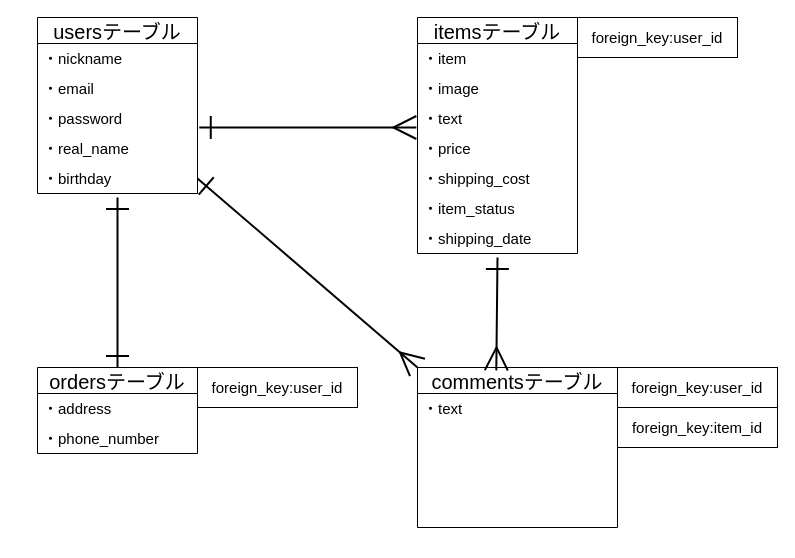
Before: furima.dio in suzuka1621/furima-38672, a draw.io diagram. Source tidied: cells renumbered, new cells numbered last; positions are measured from the earlier drawing's top-left corner, leaving out a move shared by most shapes. Both pictures are drawn from the tidied source at 100%, with x=0, y=0 at pixel (37, 17).
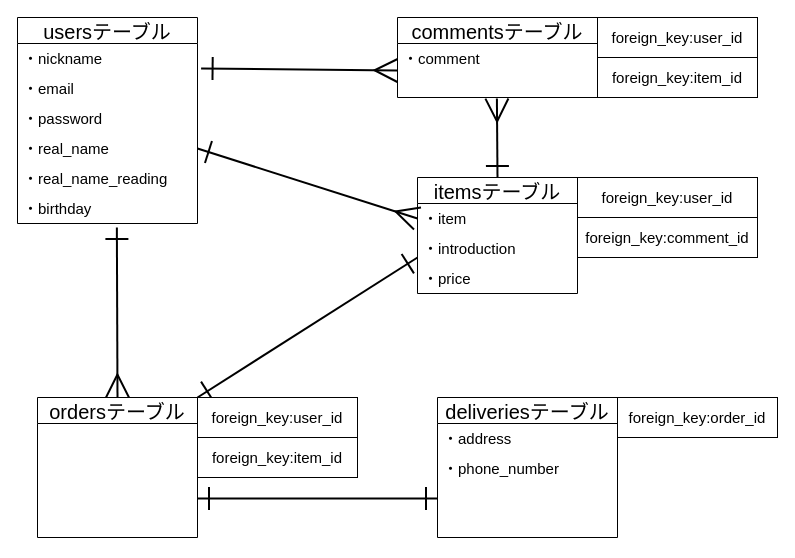
The same page after the edit.

Unchanged cells that the change refers to:
```xml
<mxCell id="17" value="・item" style="text;strokeColor=none;fillColor=none;spacingLeft=4;spacingRight=4;overflow=hidden;points=[[0,0.5],[1,0.5]];portConstraint=eastwest;fontSize=15;" parent="16" vertex="1">
  <mxGeometry y="26" width="160" height="30" as="geometry" />
</mxCell>
```

What changed in the source:
```diff
@@
     <mxCell id="2" value="commentsテーブル" style="swimlane;fontStyle=0;horizontal=1;startSize=26;align=center;fontSize=20;" parent="1" vertex="1">
-      <mxGeometry x="380" y="350" width="200" height="160" as="geometry" />
+      <mxGeometry x="360" width="200" height="80" as="geometry" />
     </mxCell>
-    <mxCell id="3" value="・text" style="text;strokeColor=none;fillColor=none;spacingLeft=4;spacingRight=4;overflow=hidden;points=[[0,0.5],[1,0.5]];portConstraint=eastwest;fontSize=15;" parent="2" vertex="1">
-      <mxGeometry y="26" width="200" height="134" as="geometry" />
+    <mxCell id="3" value="・comment" style="text;strokeColor=none;fillColor=none;spacingLeft=4;spacingRight=4;overflow=hidden;points=[[0,0.5],[1,0.5]];portConstraint=eastwest;fontSize=15;" parent="2" vertex="1">
+      <mxGeometry y="26" width="200" height="54" as="geometry" />
     </mxCell>
-    <mxCell id="4" style="edgeStyle=none;jumpStyle=none;jumpSize=20;html=1;exitX=0.5;exitY=0;exitDx=0;exitDy=0;strokeColor=default;strokeWidth=2;fontFamily=Helvetica;fontSize=15;startArrow=ERone;startFill=0;endArrow=ERone;endFill=0;startSize=20;endSize=20;sourcePerimeterSpacing=20;targetPerimeterSpacing=20;" parent="1" edge="1" source="5">
-      <mxGeometry relative="1" as="geometry">
-        <mxPoint x="80" y="180" as="targetPoint" />
-      </mxGeometry>
-    </mxCell>
+    <mxCell id="29" style="edgeStyle=none;jumpStyle=none;jumpSize=20;html=1;exitX=1;exitY=0;exitDx=0;exitDy=0;entryX=0;entryY=0.8;entryDx=0;entryDy=0;entryPerimeter=0;strokeColor=default;strokeWidth=2;fontFamily=Helvetica;fontSize=15;startArrow=ERone;startFill=0;endArrow=ERone;endFill=0;startSize=20;endSize=20;sourcePerimeterSpacing=20;targetPerimeterSpacing=20;" parent="1" edge="1" source="5" target="19">
+      <mxGeometry relative="1" as="geometry" />
+    </mxCell>
+    <mxCell id="30" style="edgeStyle=none;jumpStyle=none;jumpSize=20;html=1;exitX=0.5;exitY=0;exitDx=0;exitDy=0;entryX=0.552;entryY=1.133;entryDx=0;entryDy=0;entryPerimeter=0;strokeColor=default;strokeWidth=2;fontFamily=Helvetica;fontSize=15;startArrow=ERmany;startFill=0;endArrow=ERone;endFill=0;startSize=20;endSize=20;sourcePerimeterSpacing=20;targetPerimeterSpacing=20;" parent="1" edge="1" source="5" target="31">
+      <mxGeometry relative="1" as="geometry" />
+    </mxCell>
     <mxCell id="5" value="ordersテーブル" style="swimlane;fontStyle=0;horizontal=1;startSize=26;align=center;fontSize=20;" parent="1" vertex="1">
-      <mxGeometry y="350" width="160" height="86" as="geometry" />
+      <mxGeometry y="380" width="160" height="140" as="geometry" />
     </mxCell>
-    <mxCell id="6" value="・address" style="text;strokeColor=none;fillColor=none;spacingLeft=4;spacingRight=4;overflow=hidden;fontSize=15;" parent="5" vertex="1">
-      <mxGeometry y="26" width="160" height="30" as="geometry" />
-    </mxCell>
-    <mxCell id="7" value="・phone_number" style="text;strokeColor=none;fillColor=none;spacingLeft=4;spacingRight=4;overflow=hidden;fontSize=15;" parent="5" vertex="1">
-      <mxGeometry y="56" width="160" height="30" as="geometry" />
-    </mxCell>
-    <mxCell id="8" style="edgeStyle=none;html=1;startArrow=ERone;startFill=0;endArrow=ERmany;endFill=0;endSize=20;startSize=20;targetPerimeterSpacing=20;sourcePerimeterSpacing=20;jumpSize=20;jumpStyle=none;strokeWidth=2;exitX=1.011;exitY=0.8;exitDx=0;exitDy=0;exitPerimeter=0;entryX=-0.007;entryY=0.8;entryDx=0;entryDy=0;entryPerimeter=0;" parent="1" edge="1" source="12" target="19">
+    <mxCell id="8" style="edgeStyle=none;html=1;startArrow=ERone;startFill=0;endArrow=ERmany;endFill=0;endSize=20;startSize=20;targetPerimeterSpacing=20;sourcePerimeterSpacing=20;jumpSize=20;jumpStyle=none;strokeWidth=2;exitX=1.02;exitY=0.833;exitDx=0;exitDy=0;entryX=0;entryY=0.5;entryDx=0;entryDy=0;exitPerimeter=0;" parent="1" edge="1" source="10" target="3">
       <mxGeometry relative="1" as="geometry" />
     </mxCell>
     <mxCell id="9" value="usersテーブル" style="swimlane;fontStyle=0;horizontal=1;startSize=26;align=center;fontSize=20;" parent="1" vertex="1">
-      <mxGeometry width="160" height="176" as="geometry" />
+      <mxGeometry x="-20" width="180" height="206" as="geometry" />
     </mxCell>
     <mxCell id="10" value="・nickname" style="text;strokeColor=none;fillColor=none;spacingLeft=4;spacingRight=4;overflow=hidden;points=[[0,0.5],[1,0.5]];portConstraint=eastwest;fontSize=15;" parent="9" vertex="1">
-      <mxGeometry y="26" width="160" height="30" as="geometry" />
+      <mxGeometry y="26" width="180" height="30" as="geometry" />
     </mxCell>
     <mxCell id="11" value="・email" style="text;strokeColor=none;fillColor=none;spacingLeft=4;spacingRight=4;overflow=hidden;fontSize=15;" parent="9" vertex="1">
-      <mxGeometry y="56" width="160" height="30" as="geometry" />
+      <mxGeometry y="56" width="180" height="30" as="geometry" />
     </mxCell>
     <mxCell id="12" value="・password" style="text;strokeColor=none;fillColor=none;spacingLeft=4;spacingRight=4;overflow=hidden;points=[[0,0.5],[1,0.5]];portConstraint=eastwest;fontSize=15;" parent="9" vertex="1">
-      <mxGeometry y="86" width="160" height="30" as="geometry" />
+      <mxGeometry y="86" width="180" height="30" as="geometry" />
     </mxCell>
     <mxCell id="13" value="・real_name" style="text;strokeColor=none;fillColor=none;spacingLeft=4;spacingRight=4;overflow=hidden;points=[[0,0.5],[1,0.5]];portConstraint=eastwest;fontSize=15;" parent="9" vertex="1">
-      <mxGeometry y="116" width="160" height="30" as="geometry" />
+      <mxGeometry y="116" width="180" height="30" as="geometry" />
     </mxCell>
-    <mxCell id="14" value="・birthday" style="text;strokeColor=none;fillColor=none;spacingLeft=4;spacingRight=4;overflow=hidden;points=[[0,0.5],[1,0.5]];portConstraint=eastwest;fontSize=15;" parent="9" vertex="1">
-      <mxGeometry y="146" width="160" height="30" as="geometry" />
+    <mxCell id="14" value="・real_name_reading" style="text;strokeColor=none;fillColor=none;spacingLeft=4;spacingRight=4;overflow=hidden;points=[[0,0.5],[1,0.5]];portConstraint=eastwest;fontSize=15;" parent="9" vertex="1">
+      <mxGeometry y="146" width="180" height="30" as="geometry" />
     </mxCell>
-    <mxCell id="15" style="edgeStyle=none;jumpStyle=none;jumpSize=20;html=1;entryX=0.394;entryY=0.018;entryDx=0;entryDy=0;entryPerimeter=0;strokeColor=default;strokeWidth=2;fontFamily=Helvetica;fontSize=15;startArrow=ERone;startFill=0;endArrow=ERmany;endFill=0;startSize=20;endSize=20;sourcePerimeterSpacing=20;targetPerimeterSpacing=20;" parent="1" edge="1" target="2">
-      <mxGeometry relative="1" as="geometry">
-        <mxPoint x="460" y="240" as="sourcePoint" />
-      </mxGeometry>
-    </mxCell>
+    <mxCell id="31" value="・birthday" style="text;strokeColor=none;fillColor=none;spacingLeft=4;spacingRight=4;overflow=hidden;points=[[0,0.5],[1,0.5]];portConstraint=eastwest;fontSize=15;" parent="9" vertex="1">
+      <mxGeometry y="176" width="180" height="30" as="geometry" />
+    </mxCell>
+    <mxCell id="32" style="edgeStyle=none;jumpStyle=none;jumpSize=20;html=1;exitX=0.5;exitY=0;exitDx=0;exitDy=0;entryX=0.497;entryY=1.019;entryDx=0;entryDy=0;entryPerimeter=0;strokeColor=default;strokeWidth=2;fontFamily=Helvetica;fontSize=15;startArrow=ERone;startFill=0;endArrow=ERmany;endFill=0;startSize=20;endSize=20;sourcePerimeterSpacing=20;targetPerimeterSpacing=20;" parent="1" edge="1" source="16" target="3">
+      <mxGeometry relative="1" as="geometry" />
+    </mxCell>
     <mxCell id="16" value="itemsテーブル" style="swimlane;fontStyle=0;horizontal=1;startSize=26;align=center;fontSize=20;" parent="1" vertex="1">
-      <mxGeometry x="380" width="160" height="236" as="geometry" />
+      <mxGeometry x="380" y="160" width="160" height="116" as="geometry" />
     </mxCell>
@@
-    <mxCell id="18" value="・image" style="text;strokeColor=none;fillColor=none;spacingLeft=4;spacingRight=4;overflow=hidden;fontSize=15;" parent="16" vertex="1">
-      <mxGeometry y="56" width="160" height="30" as="geometry" />
-    </mxCell>
-    <mxCell id="19" value="・text" style="text;strokeColor=none;fillColor=none;spacingLeft=4;spacingRight=4;overflow=hidden;points=[[0,0.5],[1,0.5]];portConstraint=eastwest;fontSize=15;" parent="16" vertex="1">
-      <mxGeometry y="86" width="160" height="30" as="geometry" />
+    <mxCell id="19" value="・introduction" style="text;strokeColor=none;fillColor=none;spacingLeft=4;spacingRight=4;overflow=hidden;points=[[0,0.5],[1,0.5]];portConstraint=eastwest;fontSize=15;" parent="16" vertex="1">
+      <mxGeometry y="56" width="160" height="30" as="geometry" />
     </mxCell>
     <mxCell id="20" value="・price" style="text;strokeColor=none;fillColor=none;spacingLeft=4;spacingRight=4;overflow=hidden;fontSize=15;" parent="16" vertex="1">
-      <mxGeometry y="116" width="160" height="30" as="geometry" />
+      <mxGeometry y="86" width="160" height="30" as="geometry" />
     </mxCell>
-    <mxCell id="21" value="・shipping_cost" style="text;strokeColor=none;fillColor=none;spacingLeft=4;spacingRight=4;overflow=hidden;fontSize=15;" parent="16" vertex="1">
-      <mxGeometry y="146" width="160" height="30" as="geometry" />
-    </mxCell>
-    <mxCell id="22" value="・item_status" style="text;strokeColor=none;fillColor=none;spacingLeft=4;spacingRight=4;overflow=hidden;fontSize=15;" parent="16" vertex="1">
-      <mxGeometry y="176" width="160" height="30" as="geometry" />
-    </mxCell>
-    <mxCell id="23" value="・shipping_date" style="text;strokeColor=none;fillColor=none;spacingLeft=4;spacingRight=4;overflow=hidden;fontSize=15;" parent="16" vertex="1">
-      <mxGeometry y="206" width="160" height="30" as="geometry" />
-    </mxCell>
     <mxCell id="24" value="foreign_key:user_id" style="whiteSpace=wrap;html=1;align=center;labelBackgroundColor=none;fontFamily=Helvetica;fontSize=15;" parent="1" vertex="1">
-      <mxGeometry x="540" width="160" height="40" as="geometry" />
+      <mxGeometry x="540" y="160" width="180" height="40" as="geometry" />
     </mxCell>
     <mxCell id="25" value="foreign_key:user_id" style="whiteSpace=wrap;html=1;align=center;labelBackgroundColor=none;fontFamily=Helvetica;fontSize=15;" parent="1" vertex="1">
-      <mxGeometry x="580" y="350" width="160" height="40" as="geometry" />
+      <mxGeometry x="560" width="160" height="40" as="geometry" />
     </mxCell>
     <mxCell id="26" value="foreign_key:item_id" style="whiteSpace=wrap;html=1;align=center;labelBackgroundColor=none;fontFamily=Helvetica;fontSize=15;" parent="1" vertex="1">
-      <mxGeometry x="580" y="390" width="160" height="40" as="geometry" />
+      <mxGeometry x="560" y="40" width="160" height="40" as="geometry" />
     </mxCell>
-    <mxCell id="27" style="edgeStyle=none;jumpStyle=none;jumpSize=20;html=1;exitX=1;exitY=0.5;exitDx=0;exitDy=0;entryX=0;entryY=0;entryDx=0;entryDy=0;strokeColor=default;strokeWidth=2;fontFamily=Helvetica;fontSize=15;startArrow=ERone;startFill=0;endArrow=ERmany;endFill=0;startSize=20;endSize=20;sourcePerimeterSpacing=20;targetPerimeterSpacing=20;" parent="1" edge="1" source="14" target="2">
+    <mxCell id="27" style="edgeStyle=none;jumpStyle=none;jumpSize=20;html=1;strokeColor=default;strokeWidth=2;fontFamily=Helvetica;fontSize=15;startArrow=ERone;startFill=0;endArrow=ERmany;endFill=0;startSize=20;endSize=20;sourcePerimeterSpacing=20;targetPerimeterSpacing=20;entryX=0;entryY=0.5;entryDx=0;entryDy=0;exitX=1;exitY=0.5;exitDx=0;exitDy=0;" parent="1" edge="1" source="13" target="17">
       <mxGeometry relative="1" as="geometry" />
     </mxCell>
     <mxCell id="28" value="foreign_key:user_id" style="whiteSpace=wrap;html=1;align=center;labelBackgroundColor=none;fontFamily=Helvetica;fontSize=15;" parent="1" vertex="1">
-      <mxGeometry x="160" y="350" width="160" height="40" as="geometry" />
+      <mxGeometry x="160" y="380" width="160" height="40" as="geometry" />
     </mxCell>
+    <mxCell id="33" style="edgeStyle=none;jumpStyle=none;jumpSize=20;html=1;strokeColor=default;strokeWidth=2;fontFamily=Helvetica;fontSize=15;startArrow=ERone;startFill=0;endArrow=ERone;endFill=0;startSize=20;endSize=20;sourcePerimeterSpacing=20;targetPerimeterSpacing=20;exitX=1;exitY=0.5;exitDx=0;exitDy=0;" parent="1" edge="1">
+      <mxGeometry relative="1" as="geometry">
+        <mxPoint x="160" y="481" as="sourcePoint" />
+        <mxPoint x="400" y="481" as="targetPoint" />
+      </mxGeometry>
+    </mxCell>
+    <mxCell id="34" value="deliveriesテーブル" style="swimlane;fontStyle=0;horizontal=1;startSize=26;align=center;fontSize=20;" parent="1" vertex="1">
+      <mxGeometry x="400" y="380" width="180" height="140" as="geometry" />
+    </mxCell>
+    <mxCell id="6" value="・address" style="text;strokeColor=none;fillColor=none;spacingLeft=4;spacingRight=4;overflow=hidden;fontSize=15;" parent="34" vertex="1">
+      <mxGeometry y="26" width="180" height="30" as="geometry" />
+    </mxCell>
+    <mxCell id="7" value="・phone_number" style="text;strokeColor=none;fillColor=none;spacingLeft=4;spacingRight=4;overflow=hidden;fontSize=15;" parent="34" vertex="1">
+      <mxGeometry y="56" width="180" height="84" as="geometry" />
+    </mxCell>
+    <mxCell id="35" value="foreign_key:item_id" style="whiteSpace=wrap;html=1;align=center;labelBackgroundColor=none;fontFamily=Helvetica;fontSize=15;" parent="1" vertex="1">
+      <mxGeometry x="160" y="420" width="160" height="40" as="geometry" />
+    </mxCell>
+    <mxCell id="36" value="foreign_key:order_id" style="whiteSpace=wrap;html=1;align=center;labelBackgroundColor=none;fontFamily=Helvetica;fontSize=15;" parent="1" vertex="1">
+      <mxGeometry x="580" y="380" width="160" height="40" as="geometry" />
+    </mxCell>
+    <mxCell id="37" value="foreign_key:comment_id" style="whiteSpace=wrap;html=1;align=center;labelBackgroundColor=none;fontFamily=Helvetica;fontSize=15;" parent="1" vertex="1">
+      <mxGeometry x="540" y="200" width="180" height="40" as="geometry" />
+    </mxCell>
```
